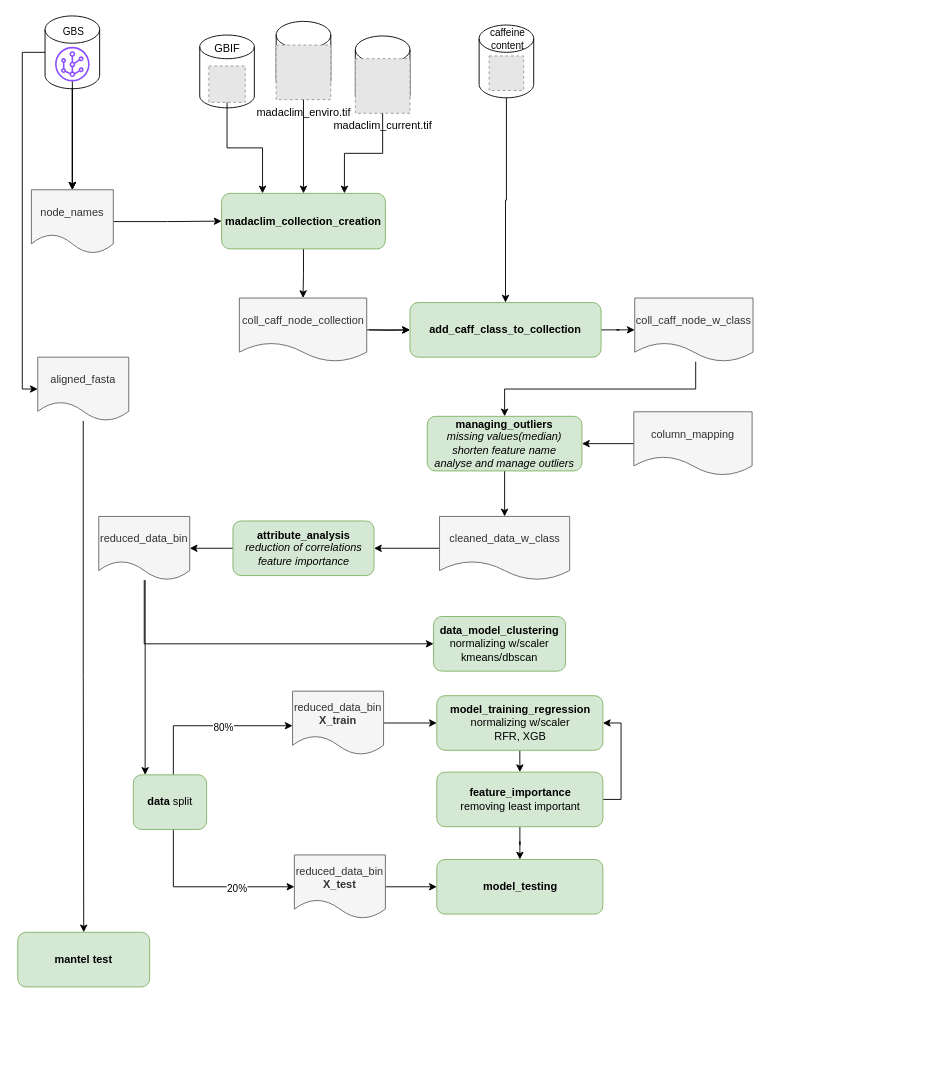
The draw.io diagram page "scripts" (3 of 3) of img/pipeline.drawio in tahiri-lab/py_madaclim, before the edit. Source tidied: cells renumbered, new cells numbered last; positions are measured from the earlier drawing's top-left corner, leaving out a move shared by most shapes. Both pictures are drawn from the tidied source at 91%, with x=0, y=0 at pixel (17, 15). Pictures stored in the file or linked from it are replaced by grey dashed boxes.
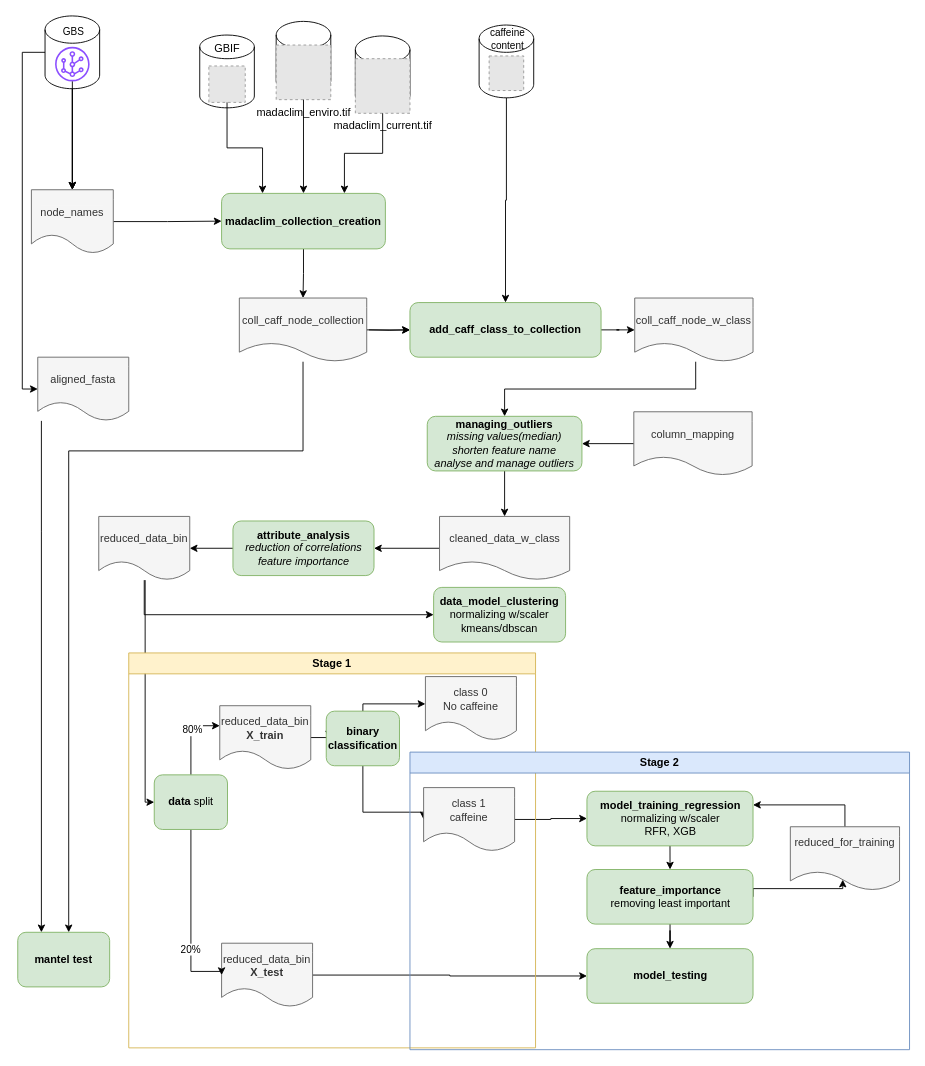
Above is the later version.

Commit message:
Mettre à jour pipeline.drawio

Unchanged cells that the change refers to:
```xml
<mxCell id="11" value="aligned_fasta" style="shape=document;whiteSpace=wrap;html=1;boundedLbl=1;dashed=0;flipH=1;fillColor=#f5f5f5;fontColor=#333333;strokeColor=#666666;" parent="1" vertex="1">
  <mxGeometry x="22" y="375" width="100" height="70" as="geometry" />
</mxCell>
<mxCell id="13" value="reduced_data_bin" style="shape=document;whiteSpace=wrap;html=1;boundedLbl=1;dashed=0;flipH=1;fillColor=#f5f5f5;fontColor=#333333;strokeColor=#666666;" parent="1" vertex="1">
  <mxGeometry x="89" y="550" width="100" height="70" as="geometry" />
</mxCell>
<mxCell id="52" value="coll_caff_node_collection" style="shape=document;whiteSpace=wrap;html=1;boundedLbl=1;dashed=0;flipH=1;fillColor=#f5f5f5;fontColor=#333333;strokeColor=#666666;" parent="1" vertex="1">
  <mxGeometry x="243.5" y="310" width="140" height="70" as="geometry" />
</mxCell>
```

What changed in the source:
```diff
@@
     <mxCell id="12" style="edgeStyle=orthogonalEdgeStyle;rounded=0;jettySize=auto;html=1;entryX=0;entryY=0.5;entryDx=0;entryDy=0;" parent="1" edge="1" source="13" target="48">
       <mxGeometry relative="1" as="geometry">
         <Array as="points">
-          <mxPoint x="139" y="690" />
+          <mxPoint x="139" y="658" />
         </Array>
       </mxGeometry>
     </mxCell>
@@
     <mxCell id="48" value="data_model_clustering&lt;div&gt;&lt;span style=&quot;font-weight: 400;&quot;&gt;normalizing w/scaler&lt;br&gt;&lt;/span&gt;&lt;span style=&quot;font-weight: 400; background-color: initial;&quot;&gt;kmeans/dbscan&lt;br&gt;&lt;/span&gt;&lt;/div&gt;" style="rounded=1;whiteSpace=wrap;html=1;fillColor=#d5e8d4;strokeColor=#82b366;fontStyle=1;" parent="1" vertex="1">
-      <mxGeometry x="457" y="660" width="145" height="60" as="geometry" />
+      <mxGeometry x="457" y="628" width="145" height="60" as="geometry" />
     </mxCell>
@@
     <mxCell id="50" value="mantel test" style="rounded=1;whiteSpace=wrap;html=1;fillColor=#d5e8d4;strokeColor=#82b366;fontStyle=1;" parent="1" vertex="1">
-      <mxGeometry y="1007" width="145" height="60" as="geometry" />
+      <mxGeometry y="1007" width="101" height="60" as="geometry" />
     </mxCell>
@@
+    <mxCell id="70" style="edgeStyle=orthogonalEdgeStyle;rounded=0;jettySize=auto;html=1;" parent="1" edge="1" source="52">
+      <mxGeometry relative="1" as="geometry">
+        <mxPoint x="56" y="1007" as="targetPoint" />
+        <Array as="points">
+          <mxPoint x="313" y="478" />
+          <mxPoint x="56" y="478" />
+          <mxPoint x="56" y="1007" />
+        </Array>
+      </mxGeometry>
+    </mxCell>
@@
     <mxCell id="54" value="model_training_regression&lt;div&gt;&lt;span style=&quot;font-weight: 400;&quot;&gt;normalizing w/scaler&lt;br&gt;&lt;/span&gt;&lt;span style=&quot;font-weight: 400; background-color: initial;&quot;&gt;RFR, XGB&lt;/span&gt;&lt;/div&gt;" style="rounded=1;whiteSpace=wrap;html=1;fillColor=#d5e8d4;strokeColor=#82b366;fontStyle=1;" parent="1" vertex="1">
-      <mxGeometry x="460.5" y="747" width="182.5" height="60" as="geometry" />
+      <mxGeometry x="625.5" y="852" width="182.5" height="60" as="geometry" />
     </mxCell>
-    <mxCell id="55" style="edgeStyle=orthogonalEdgeStyle;rounded=0;jettySize=auto;html=1;entryX=1;entryY=0.5;entryDx=0;entryDy=0;exitX=1;exitY=0.5;exitDx=0;exitDy=0;" parent="1" edge="1" source="57" target="54">
-      <mxGeometry relative="1" as="geometry" />
+    <mxCell id="55" style="edgeStyle=orthogonalEdgeStyle;rounded=0;jettySize=auto;html=1;entryX=0.52;entryY=0.83;entryDx=0;entryDy=0;exitX=1;exitY=0.5;exitDx=0;exitDy=0;entryPerimeter=0;" parent="1" edge="1" source="57" target="73">
+      <mxGeometry relative="1" as="geometry">
+        <Array as="points">
+          <mxPoint x="907" y="959" />
+        </Array>
+      </mxGeometry>
     </mxCell>
@@
     <mxCell id="57" value="feature_importance&lt;div&gt;&lt;span style=&quot;font-weight: 400; background-color: initial;&quot;&gt;removing least important&lt;/span&gt;&lt;/div&gt;" style="rounded=1;whiteSpace=wrap;html=1;fillColor=#d5e8d4;strokeColor=#82b366;fontStyle=1;" parent="1" vertex="1">
-      <mxGeometry x="460.5" y="831" width="182.5" height="60" as="geometry" />
+      <mxGeometry x="625.5" y="938" width="182.5" height="60" as="geometry" />
     </mxCell>
     <mxCell id="58" style="edgeStyle=orthogonalEdgeStyle;rounded=0;jettySize=auto;html=1;" parent="1" edge="1" source="11" target="50">
-      <mxGeometry relative="1" as="geometry" />
+      <mxGeometry relative="1" as="geometry">
+        <Array as="points">
+          <mxPoint x="26" y="567" />
+          <mxPoint x="26" y="567" />
+        </Array>
+      </mxGeometry>
     </mxCell>
     <mxCell id="59" value="model_testing" style="rounded=1;whiteSpace=wrap;html=1;fillColor=#d5e8d4;strokeColor=#82b366;fontStyle=1;" parent="1" vertex="1">
-      <mxGeometry x="460.5" y="927" width="182.5" height="60" as="geometry" />
+      <mxGeometry x="625.5" y="1025" width="182.5" height="60" as="geometry" />
     </mxCell>
-    <mxCell id="60" style="edgeStyle=orthogonalEdgeStyle;rounded=0;jettySize=auto;html=1;exitX=1;exitY=0.5;exitDx=0;exitDy=0;" parent="1" edge="1" source="61" target="54">
-      <mxGeometry relative="1" as="geometry" />
+    <mxCell id="60" style="edgeStyle=orthogonalEdgeStyle;rounded=0;jettySize=auto;html=1;exitX=0.5;exitY=1;exitDx=0;exitDy=0;entryX=0;entryY=0.5;entryDx=0;entryDy=0;" parent="1" edge="1" source="77" target="79">
+      <mxGeometry relative="1" as="geometry">
+        <Array as="points">
+          <mxPoint x="379" y="875" />
+          <mxPoint x="446" y="875" />
+        </Array>
+      </mxGeometry>
     </mxCell>
+    <mxCell id="71" style="edgeStyle=orthogonalEdgeStyle;rounded=0;jettySize=auto;html=1;exitX=1;exitY=0.5;exitDx=0;exitDy=0;" parent="1" edge="1" source="61" target="77">
+      <mxGeometry relative="1" as="geometry" />
+    </mxCell>
     <mxCell id="61" value="reduced_data_bin&lt;div&gt;&lt;b&gt;X_train&lt;/b&gt;&lt;/div&gt;" style="shape=document;whiteSpace=wrap;html=1;boundedLbl=1;dashed=0;flipH=1;fillColor=#f5f5f5;fontColor=#333333;strokeColor=#666666;" parent="1" vertex="1">
-      <mxGeometry x="302" y="742" width="100" height="70" as="geometry" />
+      <mxGeometry x="222" y="758" width="100" height="70" as="geometry" />
     </mxCell>
@@
     <mxCell id="63" value="reduced_data_bin&lt;div&gt;&lt;b&gt;X_test&lt;/b&gt;&lt;/div&gt;" style="shape=document;whiteSpace=wrap;html=1;boundedLbl=1;dashed=0;flipH=1;fillColor=#f5f5f5;fontColor=#333333;strokeColor=#666666;" parent="1" vertex="1">
-      <mxGeometry x="304" y="922" width="100" height="70" as="geometry" />
+      <mxGeometry x="224" y="1019" width="100" height="70" as="geometry" />
     </mxCell>
     <mxCell id="64" style="edgeStyle=orthogonalEdgeStyle;rounded=0;jettySize=auto;html=1;" parent="1" edge="1" source="68" target="61">
       <mxGeometry relative="1" as="geometry">
         <Array as="points">
-          <mxPoint x="171" y="780" />
+          <mxPoint x="190" y="780" />
         </Array>
       </mxGeometry>
     </mxCell>
@@
     <mxCell id="66" style="edgeStyle=orthogonalEdgeStyle;rounded=0;jettySize=auto;html=1;entryX=0;entryY=0.5;entryDx=0;entryDy=0;" parent="1" edge="1" source="68" target="63">
       <mxGeometry relative="1" as="geometry">
         <Array as="points">
-          <mxPoint x="171" y="957" />
+          <mxPoint x="190" y="1050" />
+          <mxPoint x="224" y="1050" />
         </Array>
       </mxGeometry>
     </mxCell>
@@
     <mxCell id="68" value="data&lt;span style=&quot;font-weight: 400;&quot;&gt;&amp;nbsp;split&lt;/span&gt;" style="rounded=1;whiteSpace=wrap;html=1;fillColor=#d5e8d4;strokeColor=#82b366;fontStyle=1;" parent="1" vertex="1">
-      <mxGeometry x="127" y="834" width="80.5" height="60" as="geometry" />
+      <mxGeometry x="150" y="834" width="80.5" height="60" as="geometry" />
     </mxCell>
@@
+    <mxCell id="72" style="edgeStyle=orthogonalEdgeStyle;rounded=0;jettySize=auto;html=1;exitX=0.5;exitY=0;exitDx=0;exitDy=0;entryX=1;entryY=0.25;entryDx=0;entryDy=0;" parent="1" edge="1" source="73" target="54">
+      <mxGeometry relative="1" as="geometry" />
+    </mxCell>
+    <mxCell id="73" value="reduced_for_training&lt;div&gt;&lt;br&gt;&lt;/div&gt;" style="shape=document;whiteSpace=wrap;html=1;boundedLbl=1;dashed=0;flipH=1;fillColor=#f5f5f5;fontColor=#333333;strokeColor=#666666;" parent="1" vertex="1">
+      <mxGeometry x="849" y="891" width="120" height="70" as="geometry" />
+    </mxCell>
+    <mxCell id="74" style="edgeStyle=orthogonalEdgeStyle;rounded=0;jettySize=auto;html=1;exitX=1;exitY=0.5;exitDx=0;exitDy=0;" parent="1" edge="1" source="79" target="54">
+      <mxGeometry relative="1" as="geometry" />
+    </mxCell>
+    <mxCell id="75" style="edgeStyle=orthogonalEdgeStyle;rounded=0;jettySize=auto;html=1;exitX=0.5;exitY=0;exitDx=0;exitDy=0;" parent="1" edge="1" source="77" target="76">
+      <mxGeometry relative="1" as="geometry">
+        <Array as="points">
+          <mxPoint x="379" y="756" />
+        </Array>
+      </mxGeometry>
+    </mxCell>
+    <mxCell id="76" value="class 0&lt;br&gt;No caffeine" style="shape=document;whiteSpace=wrap;html=1;boundedLbl=1;dashed=0;flipH=1;fillColor=#f5f5f5;fontColor=#333333;strokeColor=#666666;" parent="1" vertex="1">
+      <mxGeometry x="448" y="726" width="100" height="70" as="geometry" />
+    </mxCell>
+    <mxCell id="77" value="binary classification" style="rounded=1;whiteSpace=wrap;html=1;fillColor=#d5e8d4;strokeColor=#82b366;fontStyle=1;" parent="1" vertex="1">
+      <mxGeometry x="339" y="764" width="80.5" height="60" as="geometry" />
+    </mxCell>
+    <mxCell id="78" value="Stage 1" style="swimlane;whiteSpace=wrap;html=1;fillColor=#fff2cc;strokeColor=#d6b656;" parent="1" vertex="1">
+      <mxGeometry x="122" y="700" width="447" height="434" as="geometry" />
+    </mxCell>
+    <mxCell id="79" value="&lt;div&gt;class 1&lt;/div&gt;caffeine" style="shape=document;whiteSpace=wrap;html=1;boundedLbl=1;dashed=0;flipH=1;fillColor=#f5f5f5;fontColor=#333333;strokeColor=#666666;" parent="78" vertex="1">
+      <mxGeometry x="324" y="148" width="100" height="70" as="geometry" />
+    </mxCell>
+    <mxCell id="80" value="Stage 2" style="swimlane;whiteSpace=wrap;html=1;fillColor=#dae8fc;strokeColor=#6c8ebf;" parent="78" vertex="1">
+      <mxGeometry x="309" y="109" width="549" height="327" as="geometry" />
+    </mxCell>
```
